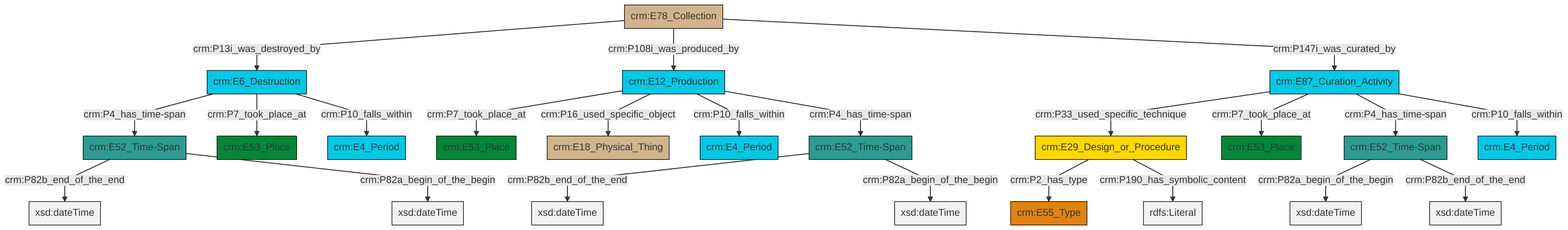
Earlier version of the Mermaid export et/archivalCSV/ttl/mmd/png/archival_existence.png (swiss-art-research-net/docs.swissartresearch). Its source is kept beside it as et/archivalCSV/ttl/mmd/archival_existence.ttl.mmd.
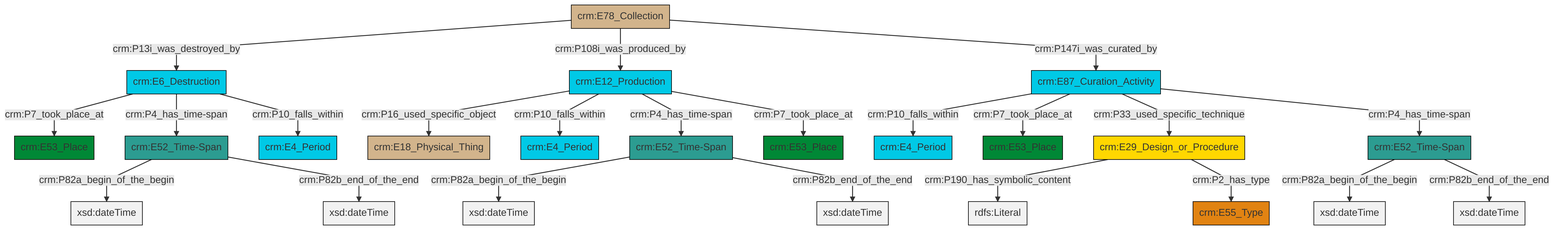
The same diagram one commit later.

Diff of the diagram source:
```diff
@@ -13,25 +13,25 @@
 classDef PC_Classes fill:#4ce600, stroke:#000000;
 classDef Multi fill:#cccccc,stroke:#000000;
 
-4["crm:E12_Production"]:::Temporal_Entity -->|crm:P7_took_place_at| 5["crm:E53_Place"]:::Place
-6["crm:E87_Curation_Activity"]:::Temporal_Entity -->|crm:P33_used_specific_technique| 7["crm:E29_Design_or_Procedure"]:::Conceptual_Object
-10["crm:E52_Time-Span"]:::Time-Span -->|crm:P82b_end_of_the_end| 11[xsd:dateTime]:::Literal
-6["crm:E87_Curation_Activity"]:::Temporal_Entity -->|crm:P7_took_place_at| 12["crm:E53_Place"]:::Place
-2["crm:E78_Collection"]:::Physical_Thing -->|crm:P13i_was_destroyed_by| 15["crm:E6_Destruction"]:::Temporal_Entity
-19["crm:E52_Time-Span"]:::Time-Span -->|crm:P82a_begin_of_the_begin| 20[xsd:dateTime]:::Literal
-7["crm:E29_Design_or_Procedure"]:::Conceptual_Object -->|crm:P2_has_type| 17["crm:E55_Type"]:::Type
-23["crm:E52_Time-Span"]:::Time-Span -->|crm:P82b_end_of_the_end| 24[xsd:dateTime]:::Literal
-15["crm:E6_Destruction"]:::Temporal_Entity -->|crm:P4_has_time-span| 10["crm:E52_Time-Span"]:::Time-Span
-23["crm:E52_Time-Span"]:::Time-Span -->|crm:P82a_begin_of_the_begin| 25[xsd:dateTime]:::Literal
-15["crm:E6_Destruction"]:::Temporal_Entity -->|crm:P7_took_place_at| 27["crm:E53_Place"]:::Place
-2["crm:E78_Collection"]:::Physical_Thing -->|crm:P108i_was_produced_by| 4["crm:E12_Production"]:::Temporal_Entity
-19["crm:E52_Time-Span"]:::Time-Span -->|crm:P82b_end_of_the_end| 29[xsd:dateTime]:::Literal
-7["crm:E29_Design_or_Procedure"]:::Conceptual_Object -->|crm:P190_has_symbolic_content| 30[rdfs:Literal]:::Literal
-4["crm:E12_Production"]:::Temporal_Entity -->|crm:P16_used_specific_object| 0["crm:E18_Physical_Thing"]:::Physical_Thing
-10["crm:E52_Time-Span"]:::Time-Span -->|crm:P82a_begin_of_the_begin| 34[xsd:dateTime]:::Literal
-6["crm:E87_Curation_Activity"]:::Temporal_Entity -->|crm:P4_has_time-span| 19["crm:E52_Time-Span"]:::Time-Span
-4["crm:E12_Production"]:::Temporal_Entity -->|crm:P10_falls_within| 21["crm:E4_Period"]:::Temporal_Entity
-6["crm:E87_Curation_Activity"]:::Temporal_Entity -->|crm:P10_falls_within| 8["crm:E4_Period"]:::Temporal_Entity
-15["crm:E6_Destruction"]:::Temporal_Entity -->|crm:P10_falls_within| 35["crm:E4_Period"]:::Temporal_Entity
-4["crm:E12_Production"]:::Temporal_Entity -->|crm:P4_has_time-span| 23["crm:E52_Time-Span"]:::Time-Span
-2["crm:E78_Collection"]:::Physical_Thing -->|crm:P147i_was_curated_by| 6["crm:E87_Curation_Activity"]:::Temporal_Entity
+2["crm:E12_Production"]:::Temporal_Entity -->|crm:P16_used_specific_object| 3["crm:E18_Physical_Thing"]:::Physical_Thing
+2["crm:E12_Production"]:::Temporal_Entity -->|crm:P10_falls_within| 4["crm:E4_Period"]:::Temporal_Entity
+5["crm:E87_Curation_Activity"]:::Temporal_Entity -->|crm:P10_falls_within| 6["crm:E4_Period"]:::Temporal_Entity
+9["crm:E52_Time-Span"]:::Time-Span -->|crm:P82a_begin_of_the_begin| 10[xsd:dateTime]:::Literal
+13["crm:E52_Time-Span"]:::Time-Span -->|crm:P82a_begin_of_the_begin| 14[xsd:dateTime]:::Literal
+11["crm:E29_Design_or_Procedure"]:::Conceptual_Object -->|crm:P190_has_symbolic_content| 17[rdfs:Literal]:::Literal
+5["crm:E87_Curation_Activity"]:::Temporal_Entity -->|crm:P7_took_place_at| 18["crm:E53_Place"]:::Place
+11["crm:E29_Design_or_Procedure"]:::Conceptual_Object -->|crm:P2_has_type| 23["crm:E55_Type"]:::Type
+2["crm:E12_Production"]:::Temporal_Entity -->|crm:P4_has_time-span| 13["crm:E52_Time-Span"]:::Time-Span
+7["crm:E52_Time-Span"]:::Time-Span -->|crm:P82a_begin_of_the_begin| 24[xsd:dateTime]:::Literal
+26["crm:E78_Collection"]:::Physical_Thing -->|crm:P13i_was_destroyed_by| 27["crm:E6_Destruction"]:::Temporal_Entity
+9["crm:E52_Time-Span"]:::Time-Span -->|crm:P82b_end_of_the_end| 29[xsd:dateTime]:::Literal
+26["crm:E78_Collection"]:::Physical_Thing -->|crm:P108i_was_produced_by| 2["crm:E12_Production"]:::Temporal_Entity
+5["crm:E87_Curation_Activity"]:::Temporal_Entity -->|crm:P33_used_specific_technique| 11["crm:E29_Design_or_Procedure"]:::Conceptual_Object
+13["crm:E52_Time-Span"]:::Time-Span -->|crm:P82b_end_of_the_end| 30[xsd:dateTime]:::Literal
+5["crm:E87_Curation_Activity"]:::Temporal_Entity -->|crm:P4_has_time-span| 7["crm:E52_Time-Span"]:::Time-Span
+26["crm:E78_Collection"]:::Physical_Thing -->|crm:P147i_was_curated_by| 5["crm:E87_Curation_Activity"]:::Temporal_Entity
+27["crm:E6_Destruction"]:::Temporal_Entity -->|crm:P7_took_place_at| 0["crm:E53_Place"]:::Place
+2["crm:E12_Production"]:::Temporal_Entity -->|crm:P7_took_place_at| 15["crm:E53_Place"]:::Place
+27["crm:E6_Destruction"]:::Temporal_Entity -->|crm:P4_has_time-span| 9["crm:E52_Time-Span"]:::Time-Span
+27["crm:E6_Destruction"]:::Temporal_Entity -->|crm:P10_falls_within| 19["crm:E4_Period"]:::Temporal_Entity
+7["crm:E52_Time-Span"]:::Time-Span -->|crm:P82b_end_of_the_end| 38[xsd:dateTime]:::Literal
```
